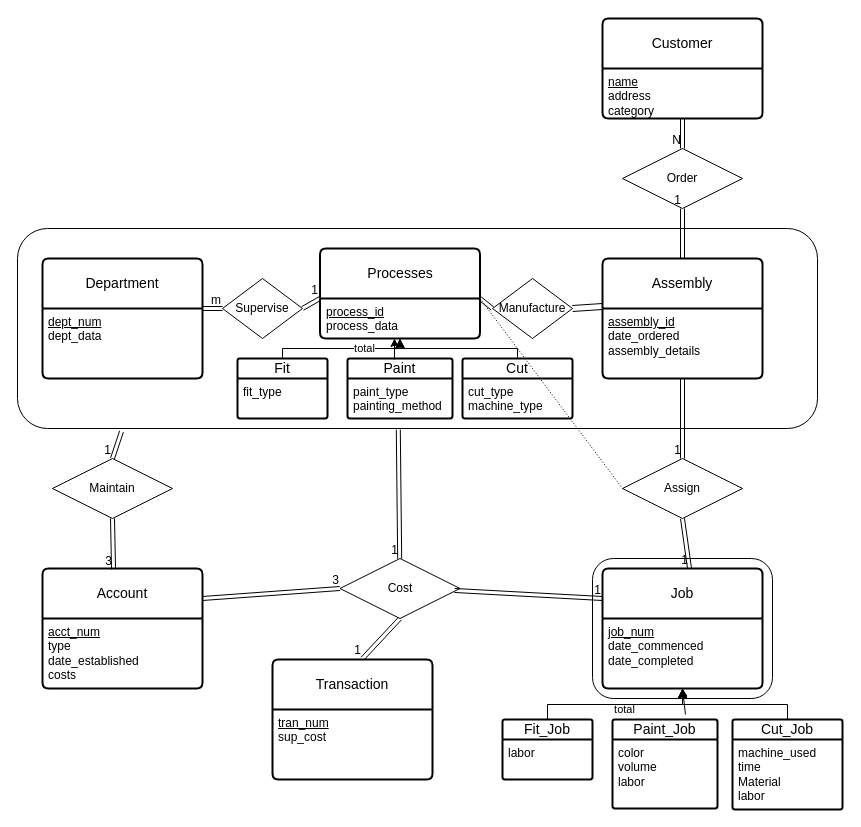
nurfnick/DBMS keeps this draw.io diagram as Project/ProjectWithAnyMeaningFirst.drawio. Above is the earlier version. Source tidied: cells renumbered, new cells numbered last; positions are measured from the earlier drawing's top-left corner, leaving out a move shared by most shapes. Both pictures are drawn from the tidied source at 100%, with x=0, y=0 at pixel (17, 18).
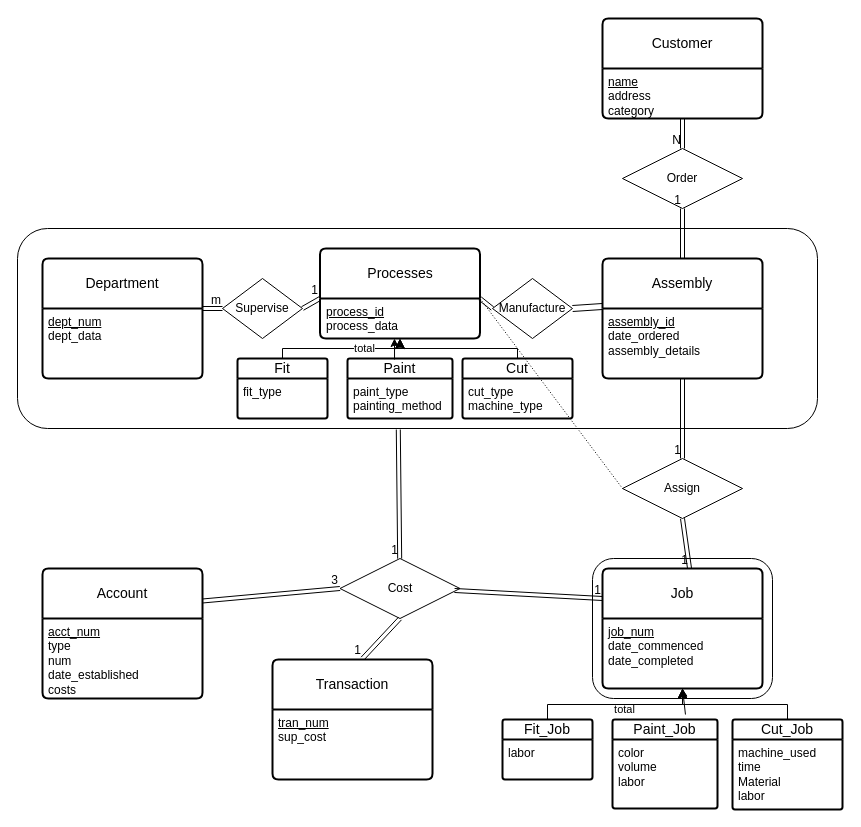
The same page after the edit.

The change refers to these unchanged cells:
```xml
<mxCell id="3" style="rounded=1;whiteSpace=wrap;html=1;" parent="1" vertex="1">
  <mxGeometry y="210" width="800" height="200" as="geometry" />
</mxCell>
```

The edit, as a diff of the source:
```diff
@@
     <mxCell id="37" value="Account" style="swimlane;horizontal=1;startSize=50;rounded=1;fontSize=14;fontStyle=0;strokeWidth=2;shadow=0;dashed=0;align=center;arcSize=4;whiteSpace=wrap;html=1;" parent="1" vertex="1">
-      <mxGeometry x="25" y="550" width="160" height="120" as="geometry" />
+      <mxGeometry x="25" y="550" width="160" height="130" as="geometry" />
     </mxCell>
-    <mxCell id="38" value="&lt;div&gt;&lt;u&gt;acct_num&lt;/u&gt;&lt;/div&gt;&lt;div&gt;type&lt;/div&gt;&lt;div&gt;date_established&lt;/div&gt;&lt;div&gt;costs&lt;br&gt;&lt;/div&gt;" style="align=left;strokeColor=none;fillColor=none;spacingLeft=4;fontSize=12;verticalAlign=top;html=1;" parent="37" vertex="1">
-      <mxGeometry y="50" width="160" height="70" as="geometry" />
+    <mxCell id="38" value="&lt;div&gt;&lt;u&gt;acct_num&lt;/u&gt;&lt;/div&gt;&lt;div&gt;type&lt;/div&gt;&lt;div&gt;num&lt;br&gt;&lt;/div&gt;&lt;div&gt;date_established&lt;/div&gt;&lt;div&gt;costs&lt;br&gt;&lt;/div&gt;" style="align=left;strokeColor=none;fillColor=none;spacingLeft=4;fontSize=12;verticalAlign=top;html=1;" parent="37" vertex="1">
+      <mxGeometry y="50" width="160" height="80" as="geometry" />
     </mxCell>
@@
-    <mxCell id="48" value="Maintain" style="shape=rhombus;perimeter=rhombusPerimeter;whiteSpace=wrap;html=1;align=center;" parent="1" vertex="1">
-      <mxGeometry x="35" y="440" width="120" height="60" as="geometry" />
-    </mxCell>
-    <mxCell id="49" style="shape=link;html=1;rounded=0;exitX=0.13;exitY=1.015;exitDx=0;exitDy=0;exitPerimeter=0;entryX=0.5;entryY=0;entryDx=0;entryDy=0;" parent="1" edge="1" source="3" target="48">
-      <mxGeometry relative="1" as="geometry" />
-    </mxCell>
-    <mxCell id="50" value="1" style="html=1;whiteSpace=wrap;align=right;verticalAlign=bottom;" parent="49" vertex="1">
-      <mxGeometry x="1" relative="1" as="geometry" />
-    </mxCell>
-    <mxCell id="51" style="shape=link;html=1;rounded=0;exitX=0.5;exitY=1;exitDx=0;exitDy=0;entryX=0.444;entryY=0.008;entryDx=0;entryDy=0;entryPerimeter=0;" parent="1" edge="1" source="48" target="37">
-      <mxGeometry relative="1" as="geometry" />
-    </mxCell>
-    <mxCell id="52" value="3" style="html=1;whiteSpace=wrap;align=right;verticalAlign=bottom;" parent="51" vertex="1">
-      <mxGeometry x="1" relative="1" as="geometry" />
-    </mxCell>
```
